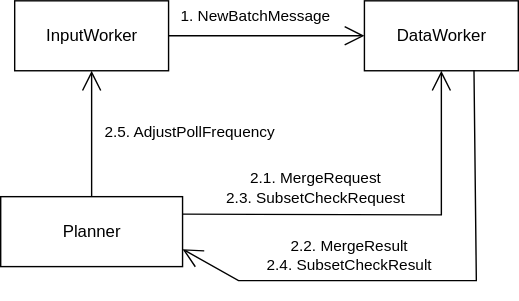
The draw.io diagram imgs/system-simple.svg in HelenBrgg/DynamicDataProfile, before a commit. Source tidied: cells renumbered, new cells last; positions are measured from the earlier drawing's top-left corner, leaving out a move shared by most shapes. The source it was exported from:
```xml
<mxGraphModel>
  <root>
    <mxCell id="0" />
    <mxCell id="1" parent="0" />
    <mxCell id="2" value="InputWorker" style="html=1;" parent="1" vertex="1">
      <mxGeometry x="10" width="110" height="50" as="geometry" />
    </mxCell>
    <mxCell id="3" value="DataWorker" style="html=1;" parent="1" vertex="1">
      <mxGeometry x="260" width="110" height="50" as="geometry" />
    </mxCell>
    <mxCell id="4" value="Planner" style="html=1;" parent="1" vertex="1">
      <mxGeometry y="140" width="130" height="50" as="geometry" />
    </mxCell>
    <mxCell id="5" style="endArrow=open;endFill=1;endSize=12;html=1;rounded=0;exitX=1;exitY=0.5;exitDx=0;exitDy=0;" parent="1" edge="1" source="2" target="3">
      <mxGeometry relative="1" as="geometry" />
    </mxCell>
    <mxCell id="6" value="1. NewBatchMessage" style="edgeLabel;html=1;align=center;verticalAlign=middle;" parent="5" vertex="1">
      <mxGeometry x="-0.18" relative="1" as="geometry">
        <mxPoint x="4" y="-15" as="offset" />
      </mxGeometry>
    </mxCell>
    <mxCell id="7" style="endArrow=open;endFill=1;endSize=12;html=1;rounded=0;" parent="1" edge="1" source="4" target="2">
      <mxGeometry relative="1" as="geometry" />
    </mxCell>
    <mxCell id="8" style="endArrow=open;endFill=1;endSize=12;html=1;rounded=0;exitX=1;exitY=0.25;exitDx=0;exitDy=0;" parent="1" edge="1" source="4" target="3">
      <mxGeometry relative="1" as="geometry">
        <Array as="points">
          <mxPoint x="315" y="153" />
        </Array>
      </mxGeometry>
    </mxCell>
    <mxCell id="9" value="2.1. MergeRequest&lt;br&gt;2.3. SubsetCheckRequest" style="edgeLabel;html=1;align=center;verticalAlign=middle;" parent="1" vertex="1">
      <mxGeometry x="230" y="130" as="geometry">
        <mxPoint x="-6" y="3" as="offset" />
      </mxGeometry>
    </mxCell>
    <mxCell id="10" style="endArrow=open;endFill=1;endSize=12;html=1;rounded=0;entryX=1;entryY=0.75;entryDx=0;entryDy=0;exitX=0.712;exitY=0.989;exitDx=0;exitDy=0;exitPerimeter=0;" parent="1" edge="1" source="3" target="4">
      <mxGeometry relative="1" as="geometry">
        <Array as="points">
          <mxPoint x="340" y="200" />
          <mxPoint x="170" y="200" />
        </Array>
      </mxGeometry>
    </mxCell>
    <mxCell id="11" value="2.2. MergeResult&lt;br&gt;2.4. SubsetCheckResult" style="edgeLabel;html=1;align=center;verticalAlign=middle;" parent="1" vertex="1">
      <mxGeometry x="254" y="178" as="geometry">
        <mxPoint x="-6" y="3" as="offset" />
      </mxGeometry>
    </mxCell>
    <mxCell id="12" value="2.5. AdjustPollFrequency" style="edgeLabel;html=1;align=center;verticalAlign=middle;" parent="1" vertex="1">
      <mxGeometry x="140" y="90" as="geometry">
        <mxPoint x="-6" y="3" as="offset" />
      </mxGeometry>
    </mxCell>
  </root>
</mxGraphModel>
```
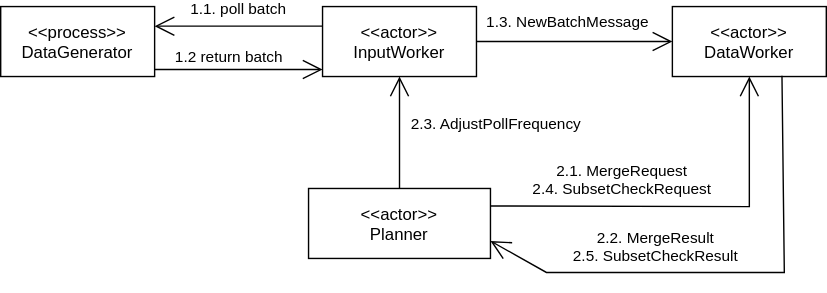
After the commit.

Change to the diagram source:
```diff
@@ -2,39 +2,39 @@
   <root>
     <mxCell id="0" />
     <mxCell id="1" parent="0" />
-    <mxCell id="2" value="InputWorker" style="html=1;" parent="1" vertex="1">
-      <mxGeometry x="10" width="110" height="50" as="geometry" />
+    <mxCell id="2" value="&lt;&lt;actor&gt;&gt;&#10;InputWorker" parent="1" vertex="1">
+      <mxGeometry x="10" y="10" width="110" height="50" as="geometry" />
     </mxCell>
-    <mxCell id="3" value="DataWorker" style="html=1;" parent="1" vertex="1">
-      <mxGeometry x="260" width="110" height="50" as="geometry" />
+    <mxCell id="3" value="&lt;&lt;actor&gt;&gt;&#10;DataWorker" parent="1" vertex="1">
+      <mxGeometry x="260" y="10" width="110" height="50" as="geometry" />
     </mxCell>
-    <mxCell id="4" value="Planner" style="html=1;" parent="1" vertex="1">
+    <mxCell id="4" value="&lt;&lt;actor&gt;&gt;&#10;Planner" parent="1" vertex="1">
       <mxGeometry y="140" width="130" height="50" as="geometry" />
     </mxCell>
-    <mxCell id="5" style="endArrow=open;endFill=1;endSize=12;html=1;rounded=0;exitX=1;exitY=0.5;exitDx=0;exitDy=0;" parent="1" edge="1" source="2" target="3">
+    <mxCell id="5" style="endArrow=open;endFill=1;endSize=12;rounded=0;exitX=1;exitY=0.5;exitDx=0;exitDy=0;" parent="1" edge="1" source="2" target="3">
       <mxGeometry relative="1" as="geometry" />
     </mxCell>
-    <mxCell id="6" value="1. NewBatchMessage" style="edgeLabel;html=1;align=center;verticalAlign=middle;" parent="5" vertex="1">
+    <mxCell id="6" value="1.3. NewBatchMessage" style="edgeLabel;align=center;verticalAlign=middle;" parent="5" vertex="1">
       <mxGeometry x="-0.18" relative="1" as="geometry">
-        <mxPoint x="4" y="-15" as="offset" />
+        <mxPoint x="8" y="-15" as="offset" />
       </mxGeometry>
     </mxCell>
-    <mxCell id="7" style="endArrow=open;endFill=1;endSize=12;html=1;rounded=0;" parent="1" edge="1" source="4" target="2">
+    <mxCell id="7" style="endArrow=open;endFill=1;endSize=12;rounded=0;" parent="1" edge="1" source="4" target="2">
       <mxGeometry relative="1" as="geometry" />
     </mxCell>
-    <mxCell id="8" style="endArrow=open;endFill=1;endSize=12;html=1;rounded=0;exitX=1;exitY=0.25;exitDx=0;exitDy=0;" parent="1" edge="1" source="4" target="3">
+    <mxCell id="8" style="endArrow=open;endFill=1;endSize=12;rounded=0;exitX=1;exitY=0.25;exitDx=0;exitDy=0;" parent="1" edge="1" source="4" target="3">
       <mxGeometry relative="1" as="geometry">
         <Array as="points">
           <mxPoint x="315" y="153" />
         </Array>
       </mxGeometry>
     </mxCell>
-    <mxCell id="9" value="2.1. MergeRequest&lt;br&gt;2.3. SubsetCheckRequest" style="edgeLabel;html=1;align=center;verticalAlign=middle;" parent="1" vertex="1">
+    <mxCell id="9" value="2.1. MergeRequest&#10;2.4. SubsetCheckRequest" style="edgeLabel;align=center;verticalAlign=middle;" parent="1" vertex="1">
       <mxGeometry x="230" y="130" as="geometry">
         <mxPoint x="-6" y="3" as="offset" />
       </mxGeometry>
     </mxCell>
-    <mxCell id="10" style="endArrow=open;endFill=1;endSize=12;html=1;rounded=0;entryX=1;entryY=0.75;entryDx=0;entryDy=0;exitX=0.712;exitY=0.989;exitDx=0;exitDy=0;exitPerimeter=0;" parent="1" edge="1" source="3" target="4">
+    <mxCell id="10" style="endArrow=open;endFill=1;endSize=12;rounded=0;entryX=1;entryY=0.75;entryDx=0;entryDy=0;exitX=0.712;exitY=0.989;exitDx=0;exitDy=0;exitPerimeter=0;" parent="1" edge="1" source="3" target="4">
       <mxGeometry relative="1" as="geometry">
         <Array as="points">
           <mxPoint x="340" y="200" />
@@ -42,15 +42,40 @@
         </Array>
       </mxGeometry>
     </mxCell>
-    <mxCell id="11" value="2.2. MergeResult&lt;br&gt;2.4. SubsetCheckResult" style="edgeLabel;html=1;align=center;verticalAlign=middle;" parent="1" vertex="1">
+    <mxCell id="11" value="2.2. MergeResult&#10;2.5. SubsetCheckResult" style="edgeLabel;align=center;verticalAlign=middle;" parent="1" vertex="1">
       <mxGeometry x="254" y="178" as="geometry">
         <mxPoint x="-6" y="3" as="offset" />
       </mxGeometry>
     </mxCell>
-    <mxCell id="12" value="2.5. AdjustPollFrequency" style="edgeLabel;html=1;align=center;verticalAlign=middle;" parent="1" vertex="1">
+    <mxCell id="12" value="2.3. AdjustPollFrequency" style="edgeLabel;align=center;verticalAlign=middle;" parent="1" vertex="1">
       <mxGeometry x="140" y="90" as="geometry">
         <mxPoint x="-6" y="3" as="offset" />
       </mxGeometry>
     </mxCell>
+    <mxCell id="13" value="&lt;&lt;process&gt;&gt;&#10;DataGenerator" parent="1" vertex="1">
+      <mxGeometry x="-220" y="10" width="110" height="50" as="geometry" />
+    </mxCell>
+    <mxCell id="14" style="endArrow=open;endFill=1;endSize=12;rounded=0;exitX=0;exitY=0.5;exitDx=0;exitDy=0;" parent="1" edge="1">
+      <mxGeometry relative="1" as="geometry">
+        <mxPoint x="10" y="24" as="sourcePoint" />
+        <mxPoint x="-110" y="24" as="targetPoint" />
+      </mxGeometry>
+    </mxCell>
+    <mxCell id="15" value="1.1. poll batch" style="edgeLabel;align=center;verticalAlign=middle;" parent="14" vertex="1">
+      <mxGeometry x="-0.18" relative="1" as="geometry">
+        <mxPoint x="-11" y="-13" as="offset" />
+      </mxGeometry>
+    </mxCell>
+    <mxCell id="16" style="endArrow=open;endFill=1;endSize=12;rounded=0;" parent="1" edge="1">
+      <mxGeometry relative="1" as="geometry">
+        <mxPoint x="-110" y="55" as="sourcePoint" />
+        <mxPoint x="10" y="55" as="targetPoint" />
+      </mxGeometry>
+    </mxCell>
+    <mxCell id="17" value="1.2 return batch" style="edgeLabel;align=center;verticalAlign=middle;" parent="16" vertex="1">
+      <mxGeometry x="-0.18" relative="1" as="geometry">
+        <mxPoint x="4" y="-10" as="offset" />
+      </mxGeometry>
+    </mxCell>
   </root>
 </mxGraphModel>
```
